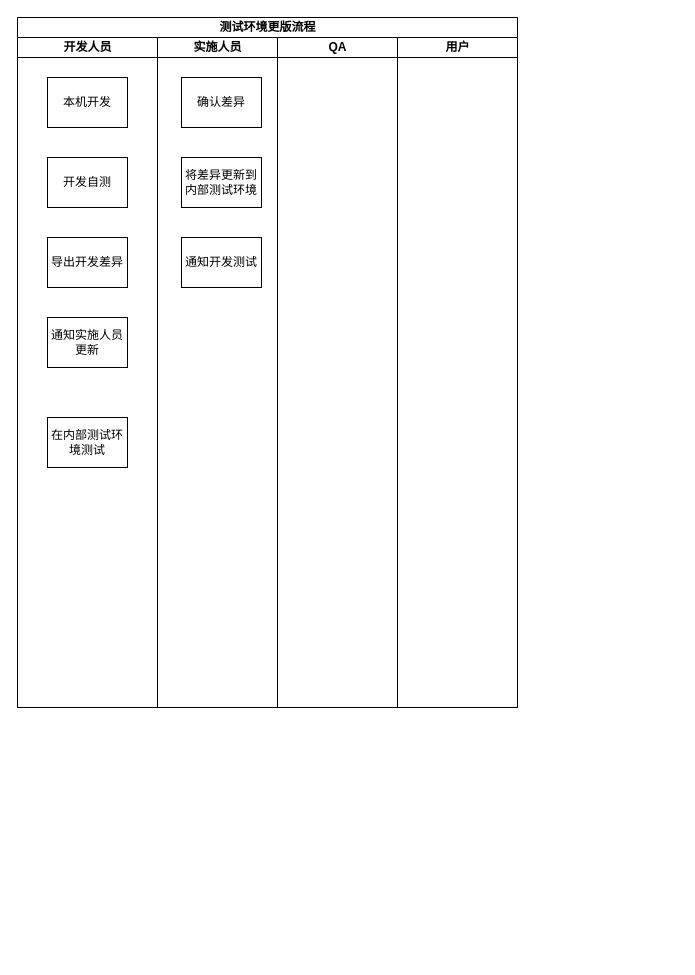
This is 未命名绘图.drawio from little-white-dragon1/Diagrams, a draw.io file, before an edit. Source tidied: cells renumbered, new cells numbered last; positions are measured from the earlier drawing's top-left corner, leaving out a move shared by most shapes. Both pictures are drawn from the tidied source at 100%, with x=0, y=0 at pixel (17, 17).
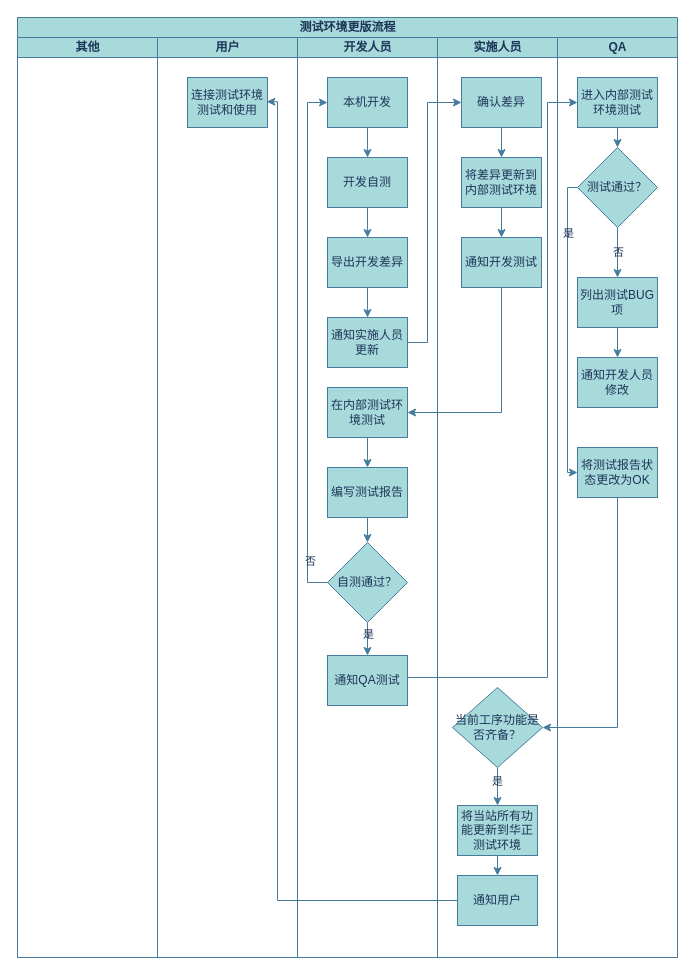
Above is the later version.

Commit message (it also covers changes not shown here):
更新未命名绘图.drawio

Change to the diagram source:
```diff
@@
-<mxGraphModel>
+<mxGraphModel background="#ffffff">
@@
-    <mxCell id="2" value="测试环境更版流程" style="swimlane;startSize=20;html=1;" parent="1" vertex="1">
-      <mxGeometry width="500" height="690" as="geometry" />
+    <mxCell id="2" value="测试环境更版流程" style="swimlane;startSize=20;html=1;labelBackgroundColor=none;fillColor=#A8DADC;strokeColor=#457B9D;fontColor=#1D3557;" parent="1" vertex="1">
+      <mxGeometry width="660" height="940" as="geometry" />
     </mxCell>
+    <mxCell id="15" value="其他" style="swimlane;startSize=20;html=1;fillColor=#A8DADC;strokeColor=#457B9D;labelBackgroundColor=none;fontColor=#1D3557;" parent="2" vertex="1">
+      <mxGeometry y="20" width="140" height="920" as="geometry" />
+    </mxCell>
+    <mxCell id="14" value="用户" style="swimlane;startSize=20;html=1;labelBackgroundColor=none;fillColor=#A8DADC;strokeColor=#457B9D;fontColor=#1D3557;" parent="2" vertex="1">
+      <mxGeometry x="140" y="20" width="140" height="920" as="geometry" />
+    </mxCell>
+    <mxCell id="16" value="连接测试环境测试和使用" style="rounded=0;whiteSpace=wrap;html=1;labelBackgroundColor=none;fillColor=#A8DADC;strokeColor=#457B9D;fontColor=#1D3557;" parent="14" vertex="1">
+      <mxGeometry x="30" y="40" width="80" height="50" as="geometry" />
+    </mxCell>
-    <mxCell id="3" value="开发人员" style="swimlane;startSize=20;html=1;" parent="2" vertex="1">
-      <mxGeometry y="20" width="140" height="670" as="geometry" />
+    <mxCell id="3" value="开发人员" style="swimlane;startSize=20;html=1;labelBackgroundColor=none;fillColor=#A8DADC;strokeColor=#457B9D;fontColor=#1D3557;" parent="2" vertex="1">
+      <mxGeometry x="280" y="20" width="140" height="920" as="geometry" />
     </mxCell>
+    <mxCell id="17" style="edgeStyle=orthogonalEdgeStyle;rounded=0;jettySize=auto;html=1;exitX=0.5;exitY=1;exitDx=0;exitDy=0;entryX=0.5;entryY=0;entryDx=0;entryDy=0;labelBackgroundColor=none;strokeColor=#457B9D;fontColor=default;" parent="3" edge="1" source="4" target="5">
+      <mxGeometry relative="1" as="geometry" />
+    </mxCell>
-    <mxCell id="4" value="本机开发" style="rounded=0;whiteSpace=wrap;html=1;" parent="3" vertex="1">
+    <mxCell id="4" value="本机开发" style="rounded=0;whiteSpace=wrap;html=1;labelBackgroundColor=none;fillColor=#A8DADC;strokeColor=#457B9D;fontColor=#1D3557;" parent="3" vertex="1">
       <mxGeometry x="30" y="40" width="80" height="50" as="geometry" />
     </mxCell>
+    <mxCell id="18" style="edgeStyle=orthogonalEdgeStyle;rounded=0;jettySize=auto;html=1;entryX=0.5;entryY=0;entryDx=0;entryDy=0;labelBackgroundColor=none;strokeColor=#457B9D;fontColor=default;" parent="3" edge="1" source="5" target="6">
+      <mxGeometry relative="1" as="geometry" />
+    </mxCell>
-    <mxCell id="5" value="开发自测" style="rounded=0;whiteSpace=wrap;html=1;" parent="3" vertex="1">
+    <mxCell id="5" value="开发自测" style="rounded=0;whiteSpace=wrap;html=1;labelBackgroundColor=none;fillColor=#A8DADC;strokeColor=#457B9D;fontColor=#1D3557;" parent="3" vertex="1">
       <mxGeometry x="30" y="120" width="80" height="50" as="geometry" />
     </mxCell>
+    <mxCell id="19" style="edgeStyle=orthogonalEdgeStyle;rounded=0;jettySize=auto;html=1;exitX=0.5;exitY=1;exitDx=0;exitDy=0;entryX=0.5;entryY=0;entryDx=0;entryDy=0;labelBackgroundColor=none;strokeColor=#457B9D;fontColor=default;" parent="3" edge="1" source="6" target="7">
+      <mxGeometry relative="1" as="geometry" />
+    </mxCell>
-    <mxCell id="6" value="导出开发差异" style="rounded=0;whiteSpace=wrap;html=1;" parent="3" vertex="1">
+    <mxCell id="6" value="导出开发差异" style="rounded=0;whiteSpace=wrap;html=1;labelBackgroundColor=none;fillColor=#A8DADC;strokeColor=#457B9D;fontColor=#1D3557;" parent="3" vertex="1">
       <mxGeometry x="30" y="200" width="80" height="50" as="geometry" />
     </mxCell>
-    <mxCell id="7" value="通知实施人员更新" style="rounded=0;whiteSpace=wrap;html=1;" parent="3" vertex="1">
+    <mxCell id="7" value="通知实施人员更新" style="rounded=0;whiteSpace=wrap;html=1;labelBackgroundColor=none;fillColor=#A8DADC;strokeColor=#457B9D;fontColor=#1D3557;" parent="3" vertex="1">
       <mxGeometry x="30" y="280" width="80" height="50" as="geometry" />
     </mxCell>
+    <mxCell id="20" style="edgeStyle=orthogonalEdgeStyle;rounded=0;jettySize=auto;html=1;exitX=0.5;exitY=1;exitDx=0;exitDy=0;entryX=0.5;entryY=0;entryDx=0;entryDy=0;labelBackgroundColor=none;strokeColor=#457B9D;fontColor=default;" parent="3" edge="1" source="8" target="22">
+      <mxGeometry relative="1" as="geometry" />
+    </mxCell>
-    <mxCell id="8" value="在内部测试环境测试" style="rounded=0;whiteSpace=wrap;html=1;" parent="3" vertex="1">
-      <mxGeometry x="30" y="380" width="80" height="50" as="geometry" />
+    <mxCell id="8" value="在内部测试环境测试" style="rounded=0;whiteSpace=wrap;html=1;labelBackgroundColor=none;fillColor=#A8DADC;strokeColor=#457B9D;fontColor=#1D3557;" parent="3" vertex="1">
+      <mxGeometry x="30" y="350" width="80" height="50" as="geometry" />
     </mxCell>
+    <mxCell id="21" style="edgeStyle=orthogonalEdgeStyle;rounded=0;jettySize=auto;html=1;exitX=0.5;exitY=1;exitDx=0;exitDy=0;entryX=0.5;entryY=0;entryDx=0;entryDy=0;labelBackgroundColor=none;strokeColor=#457B9D;fontColor=default;" parent="3" edge="1" source="22" target="25">
+      <mxGeometry relative="1" as="geometry" />
+    </mxCell>
+    <mxCell id="22" value="编写测试报告" style="rounded=0;whiteSpace=wrap;html=1;labelBackgroundColor=none;fillColor=#A8DADC;strokeColor=#457B9D;fontColor=#1D3557;" parent="3" vertex="1">
+      <mxGeometry x="30" y="430" width="80" height="50" as="geometry" />
+    </mxCell>
+    <mxCell id="23" style="edgeStyle=orthogonalEdgeStyle;rounded=0;jettySize=auto;html=1;exitX=0;exitY=0.5;exitDx=0;exitDy=0;entryX=0;entryY=0.5;entryDx=0;entryDy=0;labelBackgroundColor=none;strokeColor=#457B9D;fontColor=default;" parent="3" edge="1" source="25" target="4">
+      <mxGeometry relative="1" as="geometry" />
+    </mxCell>
+    <mxCell id="24" value="否" style="edgeLabel;html=1;align=center;verticalAlign=middle;labelBackgroundColor=none;fontColor=#1D3557;" parent="23" vertex="1">
+      <mxGeometry x="-0.84" y="-2" relative="1" as="geometry" />
+    </mxCell>
+    <mxCell id="25" value="自测通过？" style="rhombus;whiteSpace=wrap;html=1;labelBackgroundColor=none;fillColor=#A8DADC;strokeColor=#457B9D;fontColor=#1D3557;" parent="3" vertex="1">
+      <mxGeometry x="30" y="505" width="80" height="80" as="geometry" />
+    </mxCell>
-    <mxCell id="9" value="实施人员" style="swimlane;startSize=20;html=1;" parent="2" vertex="1">
-      <mxGeometry x="140" y="20" width="120" height="670" as="geometry" />
+    <mxCell id="9" value="实施人员" style="swimlane;startSize=20;html=1;labelBackgroundColor=none;fillColor=#A8DADC;strokeColor=#457B9D;fontColor=#1D3557;" parent="2" vertex="1">
+      <mxGeometry x="420" y="20" width="120" height="920" as="geometry" />
     </mxCell>
+    <mxCell id="26" style="edgeStyle=orthogonalEdgeStyle;rounded=0;jettySize=auto;html=1;exitX=0.5;exitY=1;exitDx=0;exitDy=0;entryX=0.5;entryY=0;entryDx=0;entryDy=0;labelBackgroundColor=none;strokeColor=#457B9D;fontColor=default;" parent="9" edge="1" source="10" target="11">
+      <mxGeometry relative="1" as="geometry" />
+    </mxCell>
-    <mxCell id="10" value="确认差异" style="rounded=0;whiteSpace=wrap;html=1;" parent="9" vertex="1">
+    <mxCell id="10" value="确认差异" style="rounded=0;whiteSpace=wrap;html=1;labelBackgroundColor=none;fillColor=#A8DADC;strokeColor=#457B9D;fontColor=#1D3557;" parent="9" vertex="1">
       <mxGeometry x="24" y="40" width="80" height="50" as="geometry" />
     </mxCell>
+    <mxCell id="27" style="edgeStyle=orthogonalEdgeStyle;rounded=0;jettySize=auto;html=1;exitX=0.5;exitY=1;exitDx=0;exitDy=0;entryX=0.5;entryY=0;entryDx=0;entryDy=0;labelBackgroundColor=none;strokeColor=#457B9D;fontColor=default;" parent="9" edge="1" source="11" target="12">
+      <mxGeometry relative="1" as="geometry" />
+    </mxCell>
-    <mxCell id="11" value="将差异更新到内部测试环境" style="rounded=0;whiteSpace=wrap;html=1;" parent="9" vertex="1">
+    <mxCell id="11" value="将差异更新到内部测试环境" style="rounded=0;whiteSpace=wrap;html=1;labelBackgroundColor=none;fillColor=#A8DADC;strokeColor=#457B9D;fontColor=#1D3557;" parent="9" vertex="1">
       <mxGeometry x="24" y="120" width="80" height="50" as="geometry" />
     </mxCell>
-    <mxCell id="12" value="通知开发测试" style="rounded=0;whiteSpace=wrap;html=1;" parent="9" vertex="1">
+    <mxCell id="12" value="通知开发测试" style="rounded=0;whiteSpace=wrap;html=1;labelBackgroundColor=none;fillColor=#A8DADC;strokeColor=#457B9D;fontColor=#1D3557;" parent="9" vertex="1">
       <mxGeometry x="24" y="200" width="80" height="50" as="geometry" />
     </mxCell>
+    <mxCell id="28" style="edgeStyle=orthogonalEdgeStyle;rounded=0;jettySize=auto;html=1;exitX=0.5;exitY=1;exitDx=0;exitDy=0;entryX=0.5;entryY=0;entryDx=0;entryDy=0;labelBackgroundColor=none;strokeColor=#457B9D;fontColor=default;" parent="9" edge="1" source="30" target="34">
+      <mxGeometry relative="1" as="geometry" />
+    </mxCell>
+    <mxCell id="29" value="是" style="edgeLabel;html=1;align=center;verticalAlign=middle;labelBackgroundColor=none;fontColor=#1D3557;" parent="28" vertex="1">
+      <mxGeometry x="-0.32" y="-1" relative="1" as="geometry" />
+    </mxCell>
+    <mxCell id="30" value="当前工序功能是否齐备？" style="rhombus;whiteSpace=wrap;html=1;labelBackgroundColor=none;fillColor=#A8DADC;strokeColor=#457B9D;fontColor=#1D3557;" parent="9" vertex="1">
+      <mxGeometry x="15" y="650" width="90" height="80" as="geometry" />
+    </mxCell>
+    <mxCell id="31" style="edgeStyle=orthogonalEdgeStyle;rounded=0;jettySize=auto;html=1;exitX=0.5;exitY=1;exitDx=0;exitDy=0;entryX=0.5;entryY=0;entryDx=0;entryDy=0;labelBackgroundColor=none;strokeColor=#457B9D;fontColor=default;" parent="9" edge="1" source="34" target="33">
+      <mxGeometry relative="1" as="geometry" />
+    </mxCell>
+    <mxCell id="32" value="通知QA测试" style="rounded=0;whiteSpace=wrap;html=1;labelBackgroundColor=none;fillColor=#A8DADC;strokeColor=#457B9D;fontColor=#1D3557;" parent="9" vertex="1">
+      <mxGeometry x="-110" y="618" width="80" height="50" as="geometry" />
+    </mxCell>
+    <mxCell id="33" value="通知用户" style="rounded=0;whiteSpace=wrap;html=1;labelBackgroundColor=none;fillColor=#A8DADC;strokeColor=#457B9D;fontColor=#1D3557;" parent="9" vertex="1">
+      <mxGeometry x="20" y="838" width="80" height="50" as="geometry" />
+    </mxCell>
+    <mxCell id="34" value="将当站所有功能更新到华正测试环境" style="rounded=0;whiteSpace=wrap;html=1;labelBackgroundColor=none;fillColor=#A8DADC;strokeColor=#457B9D;fontColor=#1D3557;" parent="9" vertex="1">
+      <mxGeometry x="20" y="768" width="80" height="50" as="geometry" />
+    </mxCell>
-    <mxCell id="13" value="QA" style="swimlane;startSize=20;html=1;" parent="2" vertex="1">
-      <mxGeometry x="260" y="20" width="120" height="670" as="geometry" />
+    <mxCell id="13" value="QA" style="swimlane;startSize=20;html=1;labelBackgroundColor=none;fillColor=#A8DADC;strokeColor=#457B9D;fontColor=#1D3557;" parent="2" vertex="1">
+      <mxGeometry x="540" y="20" width="120" height="920" as="geometry" />
     </mxCell>
-    <mxCell id="14" value="用户" style="swimlane;startSize=20;html=1;" parent="2" vertex="1">
-      <mxGeometry x="380" y="20" width="120" height="670" as="geometry" />
-    </mxCell>
+    <mxCell id="35" value="进入内部测试环境测试" style="rounded=0;whiteSpace=wrap;html=1;labelBackgroundColor=none;fillColor=#A8DADC;strokeColor=#457B9D;fontColor=#1D3557;" parent="13" vertex="1">
+      <mxGeometry x="20" y="40" width="80" height="50" as="geometry" />
+    </mxCell>
+    <mxCell id="36" value="通知开发人员修改" style="rounded=0;whiteSpace=wrap;html=1;labelBackgroundColor=none;fillColor=#A8DADC;strokeColor=#457B9D;fontColor=#1D3557;" parent="13" vertex="1">
+      <mxGeometry x="20" y="320" width="80" height="50" as="geometry" />
+    </mxCell>
+    <mxCell id="37" style="edgeStyle=orthogonalEdgeStyle;rounded=0;jettySize=auto;html=1;exitX=0.5;exitY=1;exitDx=0;exitDy=0;entryX=0.5;entryY=0;entryDx=0;entryDy=0;labelBackgroundColor=none;strokeColor=#457B9D;fontColor=default;" parent="13" edge="1" source="41" target="42">
+      <mxGeometry relative="1" as="geometry" />
+    </mxCell>
+    <mxCell id="38" value="否" style="edgeLabel;html=1;align=center;verticalAlign=middle;labelBackgroundColor=none;fontColor=#1D3557;" parent="37" vertex="1">
+      <mxGeometry x="-0.04" relative="1" as="geometry" />
+    </mxCell>
+    <mxCell id="39" style="edgeStyle=orthogonalEdgeStyle;rounded=0;jettySize=auto;html=1;exitX=0;exitY=0.5;exitDx=0;exitDy=0;entryX=0;entryY=0.5;entryDx=0;entryDy=0;labelBackgroundColor=none;strokeColor=#457B9D;fontColor=default;" parent="13" edge="1" source="41" target="45">
+      <mxGeometry relative="1" as="geometry">
+        <Array as="points">
+          <mxPoint x="10" y="150" />
+          <mxPoint x="10" y="435" />
+        </Array>
+      </mxGeometry>
+    </mxCell>
+    <mxCell id="40" value="是" style="edgeLabel;html=1;align=center;verticalAlign=middle;labelBackgroundColor=none;fontColor=#1D3557;" parent="39" vertex="1">
+      <mxGeometry x="-0.64" relative="1" as="geometry" />
+    </mxCell>
+    <mxCell id="41" value="测试通过？" style="rhombus;whiteSpace=wrap;html=1;labelBackgroundColor=none;fillColor=#A8DADC;strokeColor=#457B9D;fontColor=#1D3557;" parent="13" vertex="1">
+      <mxGeometry x="20" y="110" width="80" height="80" as="geometry" />
+    </mxCell>
+    <mxCell id="42" value="列出测试BUG项" style="rounded=0;whiteSpace=wrap;html=1;labelBackgroundColor=none;fillColor=#A8DADC;strokeColor=#457B9D;fontColor=#1D3557;" parent="13" vertex="1">
+      <mxGeometry x="20" y="240" width="80" height="50" as="geometry" />
+    </mxCell>
+    <mxCell id="43" style="edgeStyle=orthogonalEdgeStyle;rounded=0;jettySize=auto;html=1;exitX=0.5;exitY=1;exitDx=0;exitDy=0;entryX=0.5;entryY=0;entryDx=0;entryDy=0;labelBackgroundColor=none;strokeColor=#457B9D;fontColor=default;" parent="13" edge="1" source="35" target="41">
+      <mxGeometry relative="1" as="geometry" />
+    </mxCell>
+    <mxCell id="44" style="edgeStyle=orthogonalEdgeStyle;rounded=0;jettySize=auto;html=1;exitX=0.5;exitY=1;exitDx=0;exitDy=0;entryX=0.5;entryY=0;entryDx=0;entryDy=0;labelBackgroundColor=none;strokeColor=#457B9D;fontColor=default;" parent="13" edge="1" source="42" target="36">
+      <mxGeometry relative="1" as="geometry" />
+    </mxCell>
+    <mxCell id="45" value="将测试报告状态更改为OK" style="rounded=0;whiteSpace=wrap;html=1;labelBackgroundColor=none;fillColor=#A8DADC;strokeColor=#457B9D;fontColor=#1D3557;" parent="13" vertex="1">
+      <mxGeometry x="20" y="410" width="80" height="50" as="geometry" />
+    </mxCell>
+    <mxCell id="46" style="edgeStyle=orthogonalEdgeStyle;rounded=0;jettySize=auto;html=1;exitX=1;exitY=0.5;exitDx=0;exitDy=0;entryX=0;entryY=0.5;entryDx=0;entryDy=0;labelBackgroundColor=none;strokeColor=#457B9D;fontColor=default;" parent="2" edge="1" source="7" target="10">
+      <mxGeometry relative="1" as="geometry">
+        <Array as="points">
+          <mxPoint x="410" y="325" />
+          <mxPoint x="410" y="85" />
+        </Array>
+      </mxGeometry>
+    </mxCell>
+    <mxCell id="47" style="edgeStyle=orthogonalEdgeStyle;rounded=0;jettySize=auto;html=1;exitX=0.5;exitY=1;exitDx=0;exitDy=0;entryX=1;entryY=0.5;entryDx=0;entryDy=0;labelBackgroundColor=none;strokeColor=#457B9D;fontColor=default;" parent="2" edge="1" source="12" target="8">
+      <mxGeometry relative="1" as="geometry" />
+    </mxCell>
+    <mxCell id="48" style="edgeStyle=orthogonalEdgeStyle;rounded=0;jettySize=auto;html=1;exitX=1;exitY=0.5;exitDx=0;exitDy=0;entryX=0;entryY=0.5;entryDx=0;entryDy=0;labelBackgroundColor=none;strokeColor=#457B9D;fontColor=default;" parent="2" edge="1" source="32" target="35">
+      <mxGeometry relative="1" as="geometry">
+        <Array as="points">
+          <mxPoint x="390" y="660" />
+          <mxPoint x="530" y="660" />
+          <mxPoint x="530" y="85" />
+        </Array>
+      </mxGeometry>
+    </mxCell>
+    <mxCell id="49" style="edgeStyle=orthogonalEdgeStyle;rounded=0;jettySize=auto;html=1;exitX=0.5;exitY=1;exitDx=0;exitDy=0;labelBackgroundColor=none;strokeColor=#457B9D;fontColor=default;" parent="2" edge="1" source="45" target="30">
+      <mxGeometry relative="1" as="geometry">
+        <Array as="points">
+          <mxPoint x="600" y="710" />
+        </Array>
+      </mxGeometry>
+    </mxCell>
+    <mxCell id="50" style="edgeStyle=orthogonalEdgeStyle;rounded=0;jettySize=auto;html=1;exitX=0.5;exitY=1;exitDx=0;exitDy=0;entryX=0.5;entryY=0;entryDx=0;entryDy=0;labelBackgroundColor=none;strokeColor=#457B9D;fontColor=default;" parent="2" edge="1" source="25" target="32">
+      <mxGeometry relative="1" as="geometry" />
+    </mxCell>
+    <mxCell id="51" value="是" style="edgeLabel;html=1;align=center;verticalAlign=middle;labelBackgroundColor=none;fontColor=#1D3557;" parent="50" vertex="1">
+      <mxGeometry x="-0.36" relative="1" as="geometry" />
+    </mxCell>
+    <mxCell id="52" style="edgeStyle=orthogonalEdgeStyle;rounded=0;jettySize=auto;html=1;exitX=0;exitY=0.5;exitDx=0;exitDy=0;entryX=0.992;entryY=0.484;entryDx=0;entryDy=0;labelBackgroundColor=none;strokeColor=#457B9D;fontColor=default;entryPerimeter=0;" parent="2" edge="1" source="33" target="16">
+      <mxGeometry relative="1" as="geometry">
+        <Array as="points">
+          <mxPoint x="260" y="883" />
+          <mxPoint x="260" y="84" />
+        </Array>
+      </mxGeometry>
+    </mxCell>
```
